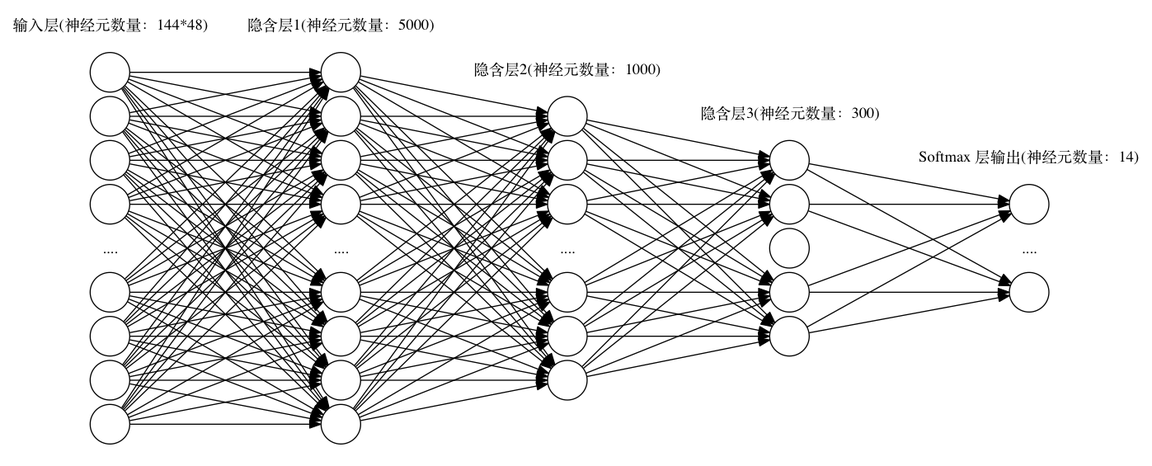
This is document/paper/picture/5l-mlp.png from boddmg/Graduation-Project, a Graphviz export, as it was before one commit. Its source is kept beside it as document/paper/picture/5l-mlp.dot.
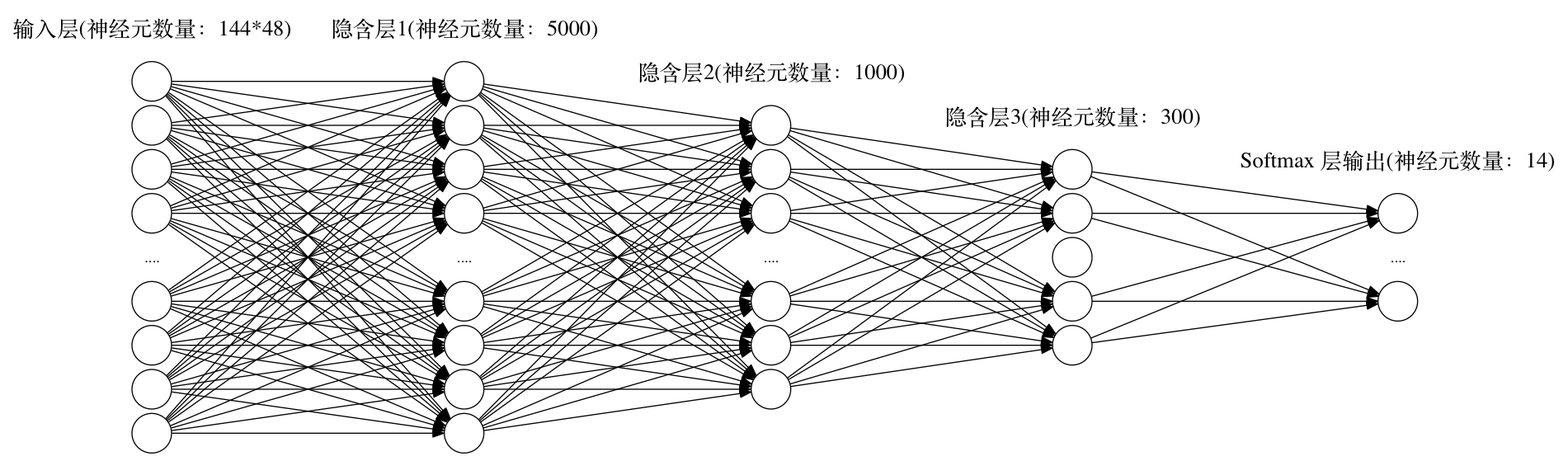
Above is the later version.

Diff of the diagram source:
```diff
@@ -13,6 +13,7 @@
                 node [style=solid, shape=circle];
 		x1 x2 x3 x4 x_ x5 x6 x7 x8;
 		label = "输入层(神经元数量：144*48)";
+		fontsize=20.0;
 	}
 
 	subgraph cluster_1 {
@@ -21,6 +22,7 @@
                 node [style=solid, shape=circle];
 		h11 h12 h13 h14 h1_ h15 h16 h17 h18;
 		label = "隐含层1(神经元数量：5000)";
+		fontsize=20.0;
 	}
 
 	subgraph cluster_2 {
@@ -29,6 +31,7 @@
                 node [style=solid, shape=circle];
 		h21 h22 h23 h2_ h24 h25 h26;
 		label = "隐含层2(神经元数量：1000)";
+		fontsize=20.0;
 	}
 
 	subgraph cluster_3 {
@@ -37,6 +40,7 @@
                 node [style=solid, shape=circle];
 		h31 h32 h3_ h33 h34;
 		label = "隐含层3(神经元数量：300)";
+		fontsize=20.0;
 	}
 
 	subgraph cluster_4 {
@@ -45,6 +49,7 @@
                 node [style=solid, shape=circle];
 		s1 s_ s2;
 		label = "Softmax 层输出(神经元数量：14)";
+		fontsize=20.0;
 	}
 
 	x_[label="....", style="", shape="none"];
```
